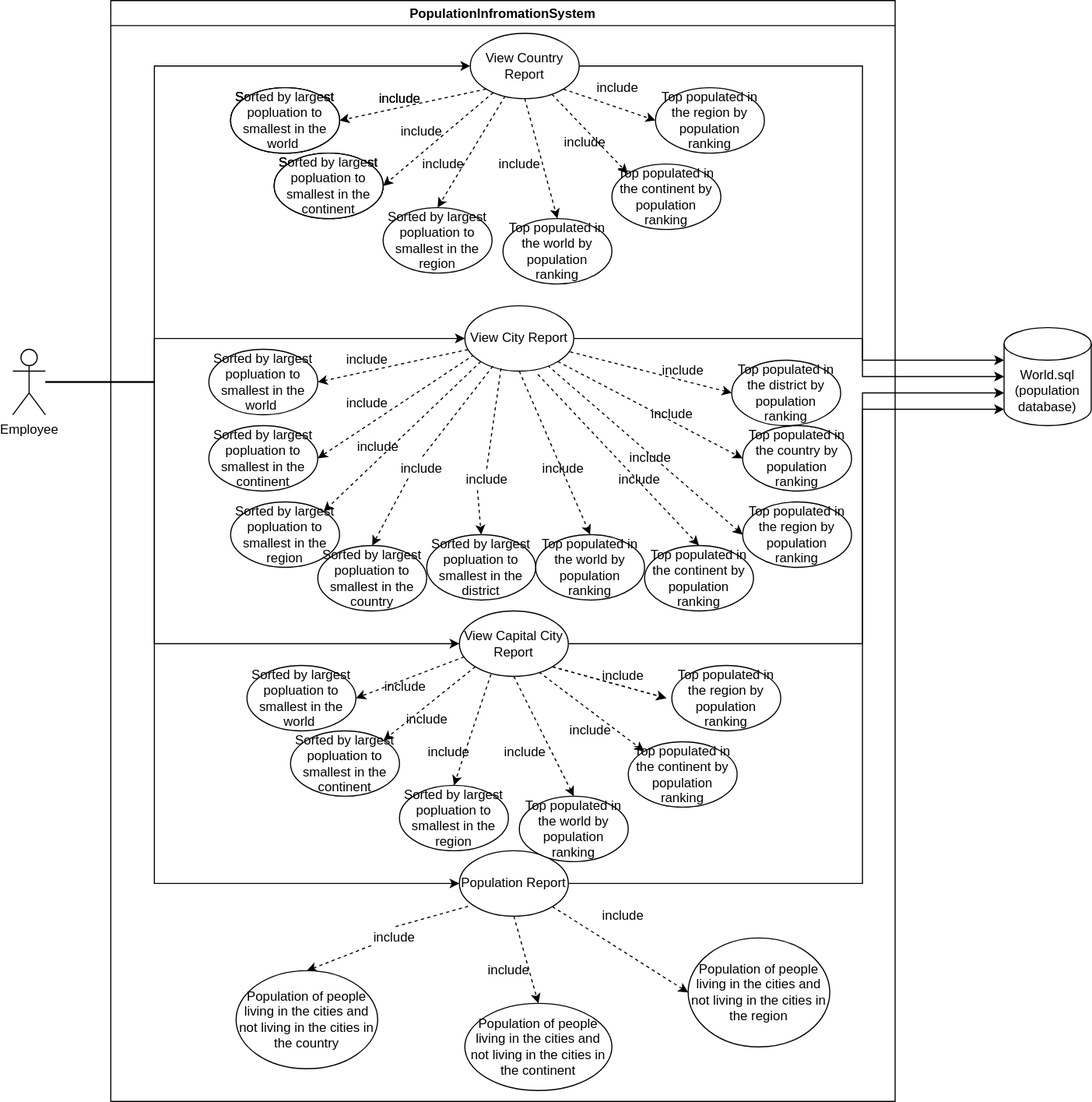
Before: Usecase/PopulationInfromationSystem.svg, a diagram exported from draw.io (ChawThiriSoe1779/SET09623Gp2). Source tidied: cells renumbered, new cells last; positions are measured from the earlier drawing's top-left corner, leaving out a move shared by most shapes.
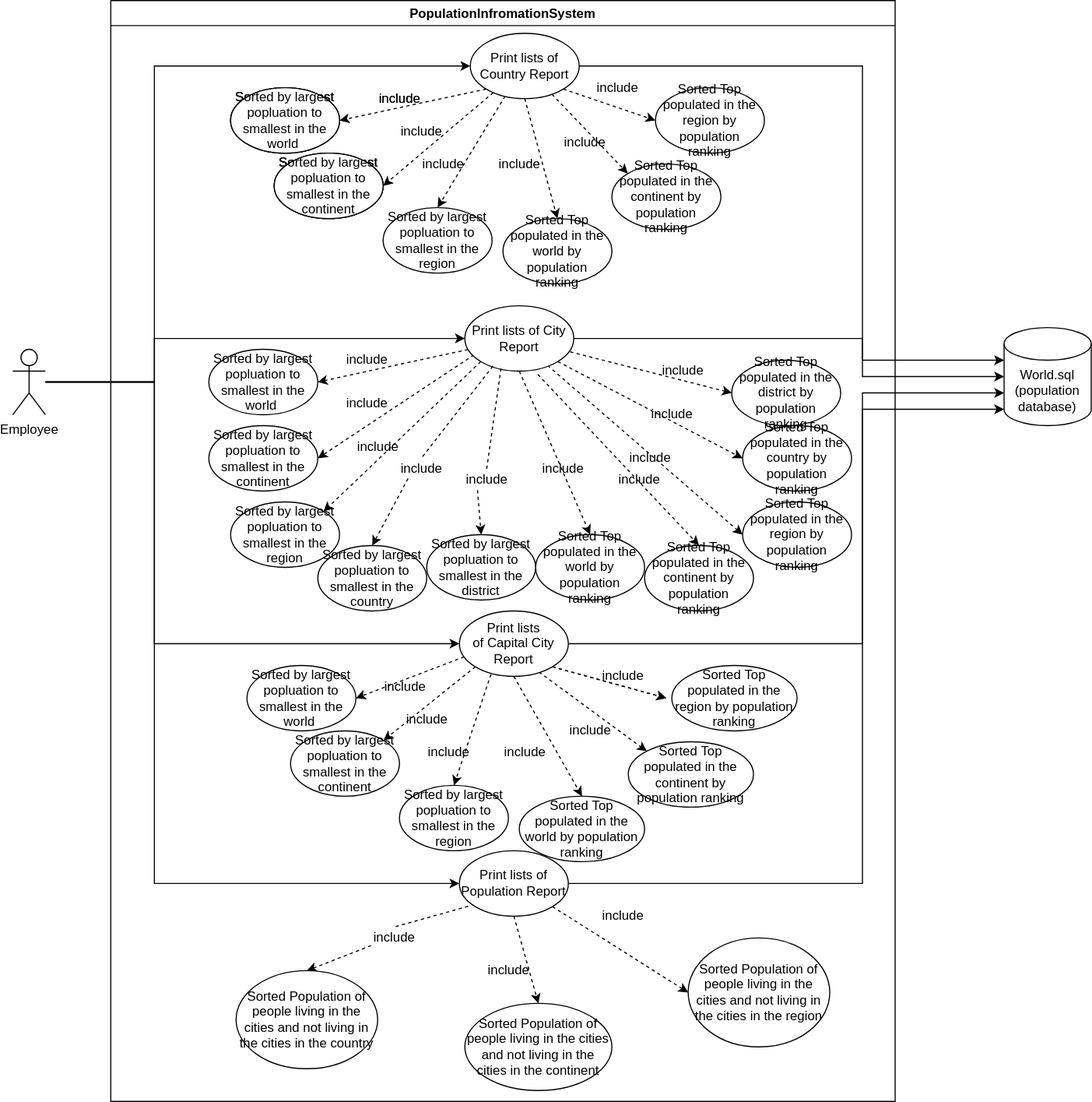
Above is the later version.

Commit message:
Adding another some minor changes in usecase

Diff of the diagram source:
```diff
@@ -23,7 +23,7 @@
     <mxCell id="8" style="edgeStyle=none;rounded=0;jettySize=auto;html=1;exitX=1;exitY=1;exitDx=0;exitDy=0;entryX=0;entryY=0.5;entryDx=0;entryDy=0;dashed=1;fontSize=12;" parent="2" edge="1" source="9" target="36">
       <mxGeometry relative="1" as="geometry" />
     </mxCell>
-    <mxCell id="9" value="View Country Report" style="ellipse;whiteSpace=wrap;html=1;" parent="2" vertex="1">
+    <mxCell id="9" value="Print lists of Country Report" style="ellipse;whiteSpace=wrap;html=1;" parent="2" vertex="1">
       <mxGeometry x="330" y="30" width="100" height="60" as="geometry" />
     </mxCell>
     <mxCell id="10" style="edgeStyle=none;rounded=0;jettySize=auto;html=1;entryX=1;entryY=0.5;entryDx=0;entryDy=0;dashed=1;fontSize=12;" parent="2" edge="1" source="20" target="43">
@@ -56,7 +56,7 @@
     <mxCell id="19" style="edgeStyle=none;rounded=0;jettySize=auto;html=1;exitX=0.967;exitY=0.705;exitDx=0;exitDy=0;entryX=0;entryY=0.5;entryDx=0;entryDy=0;dashed=1;fontSize=12;exitPerimeter=0;" parent="2" edge="1" source="20" target="52">
       <mxGeometry relative="1" as="geometry" />
     </mxCell>
-    <mxCell id="20" value="View City Report" style="ellipse;whiteSpace=wrap;html=1;" parent="2" vertex="1">
+    <mxCell id="20" value="Print lists of City Report" style="ellipse;whiteSpace=wrap;html=1;" parent="2" vertex="1">
       <mxGeometry x="325" y="280" width="100" height="60" as="geometry" />
     </mxCell>
     <mxCell id="21" style="edgeStyle=none;rounded=0;jettySize=auto;html=1;entryX=1;entryY=0.5;entryDx=0;entryDy=0;dashed=1;fontSize=12;" parent="2" edge="1" target="73">
@@ -76,7 +76,7 @@
     <mxCell id="25" style="edgeStyle=none;rounded=0;jettySize=auto;html=1;exitX=0.73;exitY=0.933;exitDx=0;exitDy=0;entryX=0;entryY=0;entryDx=0;entryDy=0;dashed=1;fontSize=12;exitPerimeter=0;" parent="2" edge="1" source="26" target="71">
       <mxGeometry relative="1" as="geometry" />
     </mxCell>
-    <mxCell id="26" value="View Capital City Report" style="ellipse;whiteSpace=wrap;html=1;" parent="2" vertex="1">
+    <mxCell id="26" value="Print lists of&amp;nbsp;Capital City Report" style="ellipse;whiteSpace=wrap;html=1;" parent="2" vertex="1">
       <mxGeometry x="320" y="560" width="100" height="60" as="geometry" />
     </mxCell>
     <mxCell id="27" style="edgeStyle=none;rounded=0;jettySize=auto;html=1;exitX=0.08;exitY=0.85;exitDx=0;exitDy=0;entryX=0.5;entryY=0;entryDx=0;entryDy=0;dashed=1;fontSize=12;exitPerimeter=0;startArrow=none;" parent="2" edge="1" source="88" target="83">
@@ -88,7 +88,7 @@
     <mxCell id="29" style="edgeStyle=none;rounded=0;jettySize=auto;html=1;exitX=1;exitY=1;exitDx=0;exitDy=0;entryX=0;entryY=0.5;entryDx=0;entryDy=0;dashed=1;fontSize=12;" parent="2" edge="1" source="30" target="85">
       <mxGeometry relative="1" as="geometry" />
     </mxCell>
-    <mxCell id="30" value="Population Report" style="ellipse;whiteSpace=wrap;html=1;" parent="2" vertex="1">
+    <mxCell id="30" value="Print lists of Population Report" style="ellipse;whiteSpace=wrap;html=1;" parent="2" vertex="1">
       <mxGeometry x="320" y="780" width="100" height="60" as="geometry" />
     </mxCell>
     <mxCell id="31" value="Sorted by largest popluation to smallest in the world&amp;nbsp;" style="ellipse;whiteSpace=wrap;html=1;" parent="2" vertex="1">
@@ -100,13 +100,13 @@
     <mxCell id="33" value="Sorted by largest popluation to smallest in the region" style="ellipse;whiteSpace=wrap;html=1;" parent="2" vertex="1">
       <mxGeometry x="250" y="190" width="100" height="60" as="geometry" />
     </mxCell>
-    <mxCell id="34" value="Top populated in the world by population ranking" style="ellipse;whiteSpace=wrap;html=1;" parent="2" vertex="1">
+    <mxCell id="34" value="Sorted&amp;nbsp;Top populated in the world by population ranking" style="ellipse;whiteSpace=wrap;html=1;" parent="2" vertex="1">
       <mxGeometry x="360" y="200" width="100" height="60" as="geometry" />
     </mxCell>
-    <mxCell id="35" value="Top populated in the continent by population ranking" style="ellipse;whiteSpace=wrap;html=1;" parent="2" vertex="1">
+    <mxCell id="35" value="Sorted&amp;nbsp;Top populated in the continent by population ranking" style="ellipse;whiteSpace=wrap;html=1;" parent="2" vertex="1">
       <mxGeometry x="460" y="150" width="100" height="60" as="geometry" />
     </mxCell>
-    <mxCell id="36" value="Top populated in the region by population ranking" style="ellipse;whiteSpace=wrap;html=1;" parent="2" vertex="1">
+    <mxCell id="36" value="Sorted&amp;nbsp;Top populated in the region by population ranking" style="ellipse;whiteSpace=wrap;html=1;" parent="2" vertex="1">
       <mxGeometry x="500" y="80" width="100" height="60" as="geometry" />
     </mxCell>
     <mxCell id="37" value="include" style="text;html=1;align=center;verticalAlign=middle;strokeColor=none;fillColor=none;fontSize=12;" parent="2" vertex="1">
@@ -136,13 +136,13 @@
     <mxCell id="45" value="Sorted by largest popluation to smallest in the region" style="ellipse;whiteSpace=wrap;html=1;" parent="2" vertex="1">
       <mxGeometry x="110" y="460" width="100" height="60" as="geometry" />
     </mxCell>
-    <mxCell id="46" value="Top populated in the world by population ranking" style="ellipse;whiteSpace=wrap;html=1;" parent="2" vertex="1">
+    <mxCell id="46" value="Sorted&amp;nbsp;Top populated in the world by population ranking" style="ellipse;whiteSpace=wrap;html=1;" parent="2" vertex="1">
       <mxGeometry x="390" y="490" width="100" height="60" as="geometry" />
     </mxCell>
-    <mxCell id="47" value="Top populated in the continent by population ranking" style="ellipse;whiteSpace=wrap;html=1;" parent="2" vertex="1">
+    <mxCell id="47" value="Sorted&amp;nbsp;Top populated in the continent by population ranking" style="ellipse;whiteSpace=wrap;html=1;" parent="2" vertex="1">
       <mxGeometry x="490" y="500" width="100" height="60" as="geometry" />
     </mxCell>
-    <mxCell id="48" value="Top populated in the region by population ranking" style="ellipse;whiteSpace=wrap;html=1;" parent="2" vertex="1">
+    <mxCell id="48" value="Sorted&amp;nbsp;Top populated in the region by population ranking" style="ellipse;whiteSpace=wrap;html=1;" parent="2" vertex="1">
       <mxGeometry x="580" y="460" width="100" height="60" as="geometry" />
     </mxCell>
     <mxCell id="49" value="Sorted by largest popluation to smallest in the country" style="ellipse;whiteSpace=wrap;html=1;" parent="2" vertex="1">
@@ -151,10 +151,10 @@
     <mxCell id="50" value="Sorted by largest popluation to smallest in the district" style="ellipse;whiteSpace=wrap;html=1;" parent="2" vertex="1">
       <mxGeometry x="290" y="490" width="100" height="60" as="geometry" />
     </mxCell>
-    <mxCell id="51" value="Top populated in the country by population ranking" style="ellipse;whiteSpace=wrap;html=1;" parent="2" vertex="1">
+    <mxCell id="51" value="Sorted&amp;nbsp;Top populated in the country by population ranking" style="ellipse;whiteSpace=wrap;html=1;" parent="2" vertex="1">
       <mxGeometry x="580" y="390" width="100" height="60" as="geometry" />
     </mxCell>
-    <mxCell id="52" value="Top populated in the district by population ranking" style="ellipse;whiteSpace=wrap;html=1;" parent="2" vertex="1">
+    <mxCell id="52" value="Sorted&amp;nbsp;Top populated in the district by population ranking" style="ellipse;whiteSpace=wrap;html=1;" parent="2" vertex="1">
       <mxGeometry x="570" y="330" width="100" height="60" as="geometry" />
     </mxCell>
     <mxCell id="53" value="include" style="text;html=1;align=center;verticalAlign=middle;strokeColor=none;fillColor=none;fontSize=12;" parent="2" vertex="1">
@@ -208,14 +208,14 @@
     <mxCell id="69" value="Sorted by largest popluation to smallest in the region" style="ellipse;whiteSpace=wrap;html=1;" parent="2" vertex="1">
       <mxGeometry x="265" y="720" width="100" height="60" as="geometry" />
     </mxCell>
-    <mxCell id="70" value="Top populated in the world by population ranking" style="ellipse;whiteSpace=wrap;html=1;" parent="2" vertex="1">
-      <mxGeometry x="375" y="730" width="100" height="60" as="geometry" />
+    <mxCell id="70" value="Sorted&amp;nbsp;Top populated in the world by population ranking" style="ellipse;whiteSpace=wrap;html=1;" parent="2" vertex="1">
+      <mxGeometry x="375" y="730" width="115" height="60" as="geometry" />
     </mxCell>
-    <mxCell id="71" value="Top populated in the continent by population ranking" style="ellipse;whiteSpace=wrap;html=1;" parent="2" vertex="1">
-      <mxGeometry x="475" y="680" width="100" height="60" as="geometry" />
+    <mxCell id="71" value="Sorted&amp;nbsp;Top populated in the continent by population ranking" style="ellipse;whiteSpace=wrap;html=1;" parent="2" vertex="1">
+      <mxGeometry x="475" y="680" width="115" height="60" as="geometry" />
     </mxCell>
-    <mxCell id="72" value="Top populated in the region by population ranking" style="ellipse;whiteSpace=wrap;html=1;" parent="2" vertex="1">
-      <mxGeometry x="515" y="610" width="100" height="60" as="geometry" />
+    <mxCell id="72" value="Sorted&amp;nbsp;Top populated in the region by population ranking" style="ellipse;whiteSpace=wrap;html=1;" parent="2" vertex="1">
+      <mxGeometry x="515" y="610" width="115" height="60" as="geometry" />
     </mxCell>
     <mxCell id="73" value="Sorted by largest popluation to smallest in the world&amp;nbsp;" style="ellipse;whiteSpace=wrap;html=1;" parent="2" vertex="1">
       <mxGeometry x="125" y="610" width="100" height="60" as="geometry" />
@@ -250,13 +250,13 @@
     <mxCell id="82" value="include" style="text;html=1;align=center;verticalAlign=middle;strokeColor=none;fillColor=none;fontSize=12;" parent="2" vertex="1">
       <mxGeometry x="245" y="620" width="50" height="20" as="geometry" />
     </mxCell>
-    <mxCell id="83" value="Population of people living in the cities and not living in the cities in the country" style="ellipse;whiteSpace=wrap;html=1;" parent="2" vertex="1">
+    <mxCell id="83" value="Sorted Population of people living in the cities and not living in the cities in the country" style="ellipse;whiteSpace=wrap;html=1;" parent="2" vertex="1">
       <mxGeometry x="115" y="890" width="130" height="90" as="geometry" />
     </mxCell>
-    <mxCell id="84" value="Population of people living in the cities and not living in the cities in the continent" style="ellipse;whiteSpace=wrap;html=1;" parent="2" vertex="1">
+    <mxCell id="84" value="Sorted&amp;nbsp;Population of people living in the cities and not living in the cities in the continent" style="ellipse;whiteSpace=wrap;html=1;" parent="2" vertex="1">
       <mxGeometry x="325" y="920" width="135" height="80" as="geometry" />
     </mxCell>
-    <mxCell id="85" value="Population of people living in the cities and not living in the cities in the region" style="ellipse;whiteSpace=wrap;html=1;" parent="2" vertex="1">
+    <mxCell id="85" value="Sorted&amp;nbsp;Population of people living in the cities and not living in the cities in the region" style="ellipse;whiteSpace=wrap;html=1;" parent="2" vertex="1">
       <mxGeometry x="530" y="860" width="130" height="100" as="geometry" />
     </mxCell>
     <mxCell id="86" value="include" style="text;html=1;align=center;verticalAlign=middle;strokeColor=none;fillColor=none;fontSize=12;" parent="2" vertex="1">
```
